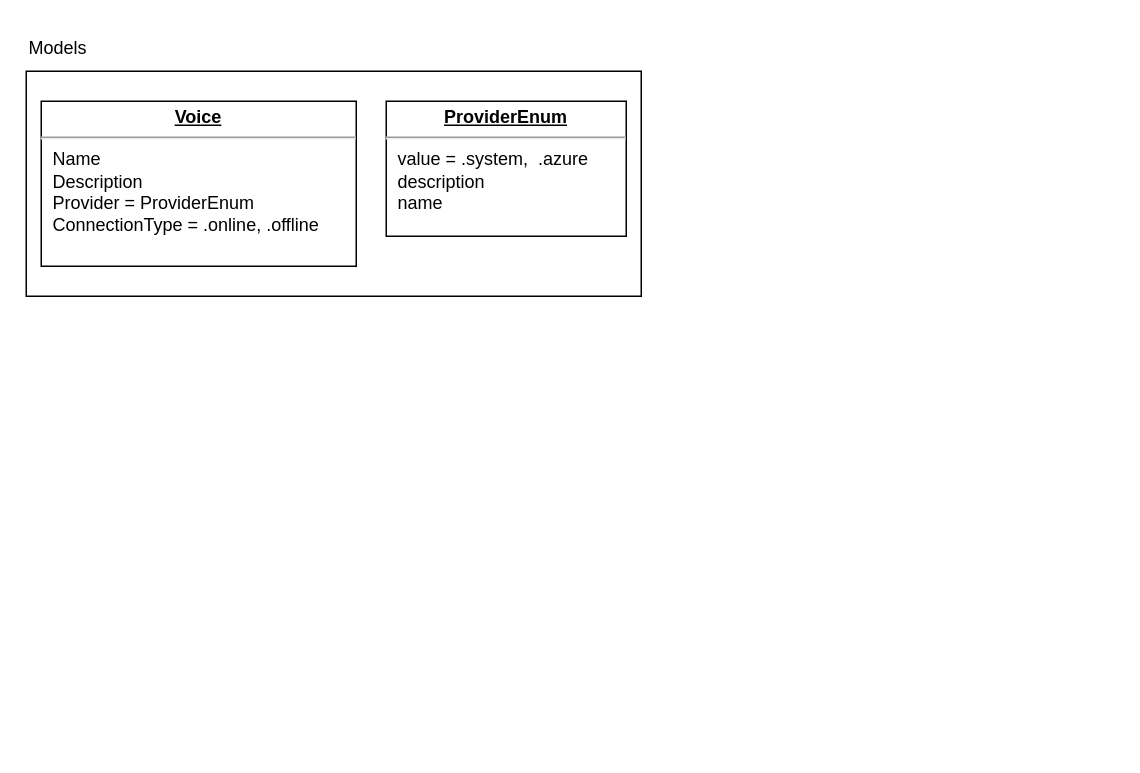
AceCentre/diagrams keeps this draw.io diagram as TextAtloudSpeech.drawio. Above is the earlier version. Source tidied: cells renumbered, new cells numbered last; positions are measured from the earlier drawing's top-left corner, leaving out a move shared by most shapes. Both pictures are drawn from the tidied source at 150%, with x=0, y=0 at pixel (26, 26).
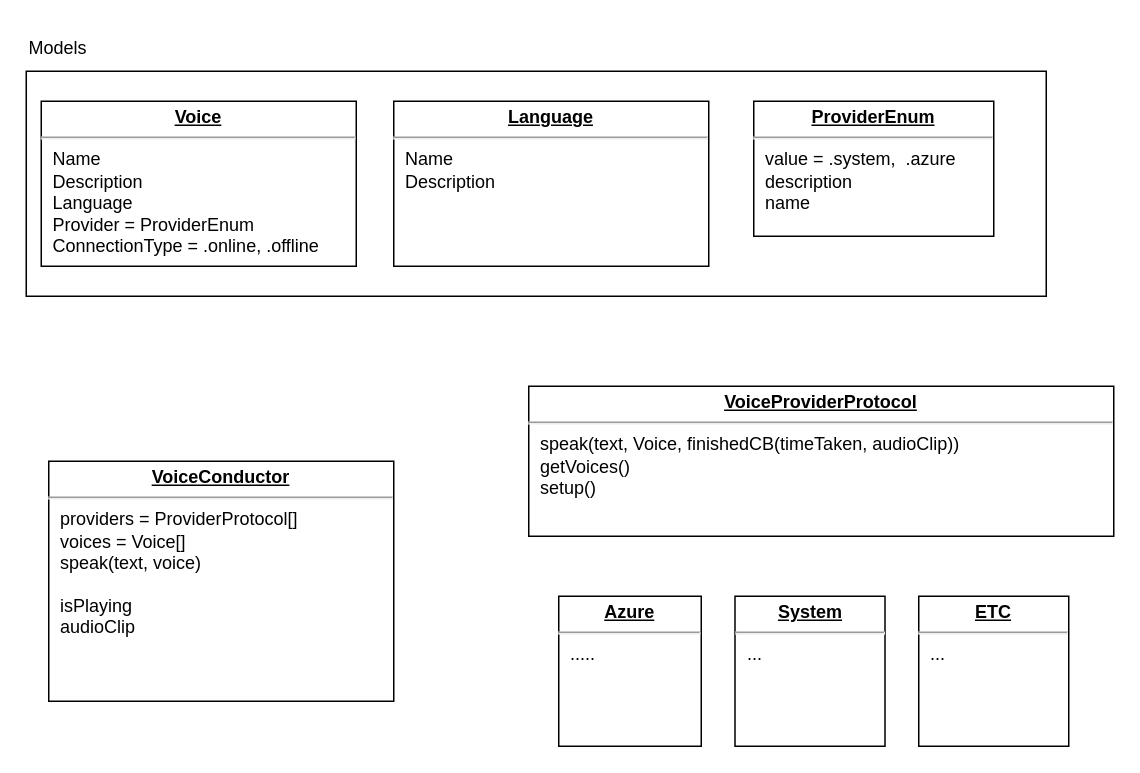
After the change.

Diff of the diagram source:
```diff
@@
 <mxGraphModel>
   <root>
     <mxCell id="0" />
     <mxCell id="1" parent="0" />
     <mxCell id="2" style="group;" parent="1" vertex="1">
-      <mxGeometry width="410" height="180" as="geometry" />
+      <mxGeometry width="680" height="180" as="geometry" />
     </mxCell>
     <mxCell id="3" style="rounded=0;whiteSpace=wrap;html=1;" parent="2" vertex="1">
-      <mxGeometry y="30" width="410" height="150" as="geometry" />
+      <mxGeometry y="30" width="680" height="150" as="geometry" />
     </mxCell>
     <mxCell id="4" value="Models" style="text;html=1;strokeColor=none;fillColor=none;align=left;verticalAlign=middle;whiteSpace=wrap;rounded=0;" parent="2" vertex="1">
       <mxGeometry width="60" height="30" as="geometry" />
     </mxCell>
-    <mxCell id="5" value="&lt;p style=&quot;margin:0px;margin-top:4px;text-align:center;text-decoration:underline;&quot;&gt;&lt;b&gt;Voice&lt;/b&gt;&lt;/p&gt;&lt;hr&gt;&lt;p style=&quot;margin:0px;margin-left:8px;&quot;&gt;Name&lt;/p&gt;&lt;p style=&quot;margin:0px;margin-left:8px;&quot;&gt;Description&lt;/p&gt;&lt;p style=&quot;margin:0px;margin-left:8px;&quot;&gt;Provider = ProviderEnum&lt;br&gt;&lt;/p&gt;&lt;p style=&quot;margin:0px;margin-left:8px;&quot;&gt;ConnectionType = .online, .offline&lt;/p&gt;" style="verticalAlign=top;align=left;overflow=fill;fontSize=12;fontFamily=Helvetica;html=1;whiteSpace=wrap;" parent="2" vertex="1">
+    <mxCell id="5" value="&lt;p style=&quot;margin:0px;margin-top:4px;text-align:center;text-decoration:underline;&quot;&gt;&lt;b&gt;Voice&lt;/b&gt;&lt;/p&gt;&lt;hr&gt;&lt;p style=&quot;margin:0px;margin-left:8px;&quot;&gt;Name&lt;/p&gt;&lt;p style=&quot;margin:0px;margin-left:8px;&quot;&gt;Description&lt;/p&gt;&lt;p style=&quot;margin:0px;margin-left:8px;&quot;&gt;Language&lt;/p&gt;&lt;p style=&quot;margin:0px;margin-left:8px;&quot;&gt;Provider = ProviderEnum&lt;br&gt;&lt;/p&gt;&lt;p style=&quot;margin:0px;margin-left:8px;&quot;&gt;ConnectionType = .online, .offline&lt;/p&gt;" style="verticalAlign=top;align=left;overflow=fill;fontSize=12;fontFamily=Helvetica;html=1;whiteSpace=wrap;" parent="2" vertex="1">
       <mxGeometry x="10" y="50" width="210" height="110" as="geometry" />
     </mxCell>
     <mxCell id="6" value="&lt;p style=&quot;margin:0px;margin-top:4px;text-align:center;text-decoration:underline;&quot;&gt;&lt;b&gt;ProviderEnum&lt;/b&gt;&lt;/p&gt;&lt;hr&gt;&lt;p style=&quot;margin:0px;margin-left:8px;&quot;&gt;&lt;span style=&quot;background-color: initial;&quot;&gt;value = .system,&amp;nbsp; .azure&lt;/span&gt;&lt;/p&gt;&lt;p style=&quot;margin:0px;margin-left:8px;&quot;&gt;description&lt;/p&gt;&lt;p style=&quot;margin:0px;margin-left:8px;&quot;&gt;name&lt;/p&gt;" style="verticalAlign=top;align=left;overflow=fill;fontSize=12;fontFamily=Helvetica;html=1;whiteSpace=wrap;" parent="2" vertex="1">
-      <mxGeometry x="240" y="50" width="160" height="90" as="geometry" />
+      <mxGeometry x="485" y="50" width="160" height="90" as="geometry" />
     </mxCell>
+    <mxCell id="7" value="&lt;p style=&quot;margin:0px;margin-top:4px;text-align:center;text-decoration:underline;&quot;&gt;&lt;b&gt;Language&lt;/b&gt;&lt;/p&gt;&lt;hr&gt;&lt;p style=&quot;margin:0px;margin-left:8px;&quot;&gt;Name&lt;/p&gt;&lt;p style=&quot;margin:0px;margin-left:8px;&quot;&gt;Description&lt;/p&gt;" style="verticalAlign=top;align=left;overflow=fill;fontSize=12;fontFamily=Helvetica;html=1;whiteSpace=wrap;" parent="2" vertex="1">
+      <mxGeometry x="245" y="50" width="210" height="110" as="geometry" />
+    </mxCell>
+    <mxCell id="8" value="&lt;p style=&quot;margin:0px;margin-top:4px;text-align:center;text-decoration:underline;&quot;&gt;&lt;b&gt;VoiceConductor&lt;/b&gt;&lt;/p&gt;&lt;hr&gt;&lt;p style=&quot;margin:0px;margin-left:8px;&quot;&gt;providers = ProviderProtocol[]&lt;/p&gt;&lt;p style=&quot;margin:0px;margin-left:8px;&quot;&gt;&lt;span style=&quot;background-color: initial;&quot;&gt;voices = Voice[]&lt;/span&gt;&lt;/p&gt;&lt;p style=&quot;margin:0px;margin-left:8px;&quot;&gt;speak(text, voice)&lt;/p&gt;&lt;p style=&quot;margin:0px;margin-left:8px;&quot;&gt;&lt;br&gt;&lt;/p&gt;&lt;p style=&quot;margin:0px;margin-left:8px;&quot;&gt;isPlaying&lt;/p&gt;&lt;p style=&quot;margin:0px;margin-left:8px;&quot;&gt;audioClip&lt;/p&gt;" style="verticalAlign=top;align=left;overflow=fill;fontSize=12;fontFamily=Helvetica;html=1;whiteSpace=wrap;" parent="1" vertex="1">
+      <mxGeometry x="15" y="290" width="230" height="160" as="geometry" />
+    </mxCell>
+    <mxCell id="9" value="&lt;p style=&quot;margin:0px;margin-top:4px;text-align:center;text-decoration:underline;&quot;&gt;&lt;b&gt;VoiceProviderProtocol&lt;/b&gt;&lt;/p&gt;&lt;hr&gt;&lt;p style=&quot;margin:0px;margin-left:8px;&quot;&gt;speak(text, Voice, finishedCB(timeTaken, audioClip))&lt;/p&gt;&lt;p style=&quot;margin:0px;margin-left:8px;&quot;&gt;getVoices()&lt;/p&gt;&lt;p style=&quot;margin:0px;margin-left:8px;&quot;&gt;setup()&lt;/p&gt;" style="verticalAlign=top;align=left;overflow=fill;fontSize=12;fontFamily=Helvetica;html=1;whiteSpace=wrap;" parent="1" vertex="1">
+      <mxGeometry x="335" y="240" width="390" height="100" as="geometry" />
+    </mxCell>
+    <mxCell id="10" value="&lt;p style=&quot;margin:0px;margin-top:4px;text-align:center;text-decoration:underline;&quot;&gt;&lt;b&gt;Azure&lt;/b&gt;&lt;/p&gt;&lt;hr&gt;&lt;p style=&quot;margin:0px;margin-left:8px;&quot;&gt;.....&lt;/p&gt;" style="verticalAlign=top;align=left;overflow=fill;fontSize=12;fontFamily=Helvetica;html=1;whiteSpace=wrap;" parent="1" vertex="1">
+      <mxGeometry x="355" y="380" width="95" height="100" as="geometry" />
+    </mxCell>
+    <mxCell id="11" value="&lt;p style=&quot;margin:0px;margin-top:4px;text-align:center;text-decoration:underline;&quot;&gt;&lt;b&gt;System&lt;/b&gt;&lt;/p&gt;&lt;hr&gt;&lt;p style=&quot;margin:0px;margin-left:8px;&quot;&gt;...&lt;/p&gt;" style="verticalAlign=top;align=left;overflow=fill;fontSize=12;fontFamily=Helvetica;html=1;whiteSpace=wrap;" parent="1" vertex="1">
+      <mxGeometry x="472.5" y="380" width="100" height="100" as="geometry" />
+    </mxCell>
+    <mxCell id="12" value="&lt;p style=&quot;margin:0px;margin-top:4px;text-align:center;text-decoration:underline;&quot;&gt;&lt;b&gt;ETC&lt;/b&gt;&lt;/p&gt;&lt;hr&gt;&lt;p style=&quot;margin:0px;margin-left:8px;&quot;&gt;...&lt;/p&gt;" style="verticalAlign=top;align=left;overflow=fill;fontSize=12;fontFamily=Helvetica;html=1;whiteSpace=wrap;" parent="1" vertex="1">
+      <mxGeometry x="595" y="380" width="100" height="100" as="geometry" />
+    </mxCell>
   </root>
 </mxGraphModel>
```
